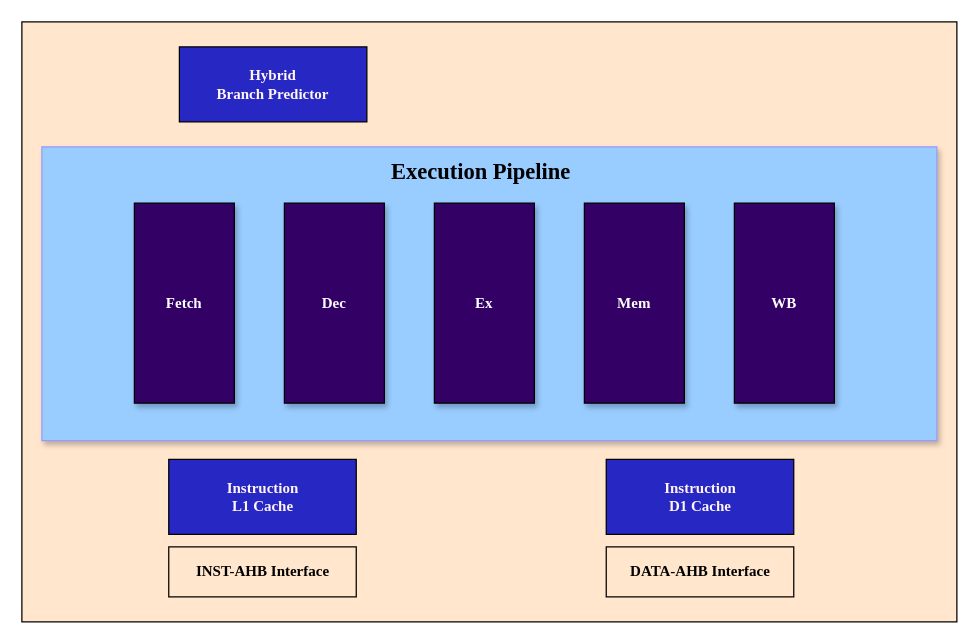
Before: page "Block Diagram" (1 of 3) of RISC-V/renas_cpu/doc/renas cpu.drawio in hungbk99/renas-mcu, a draw.io diagram. Source tidied: cells renumbered, new cells numbered last; positions are measured from the earlier drawing's top-left corner, leaving out a move shared by most shapes. Both pictures are drawn from the tidied source at 125%, with x=0, y=0 at pixel (21, 21).
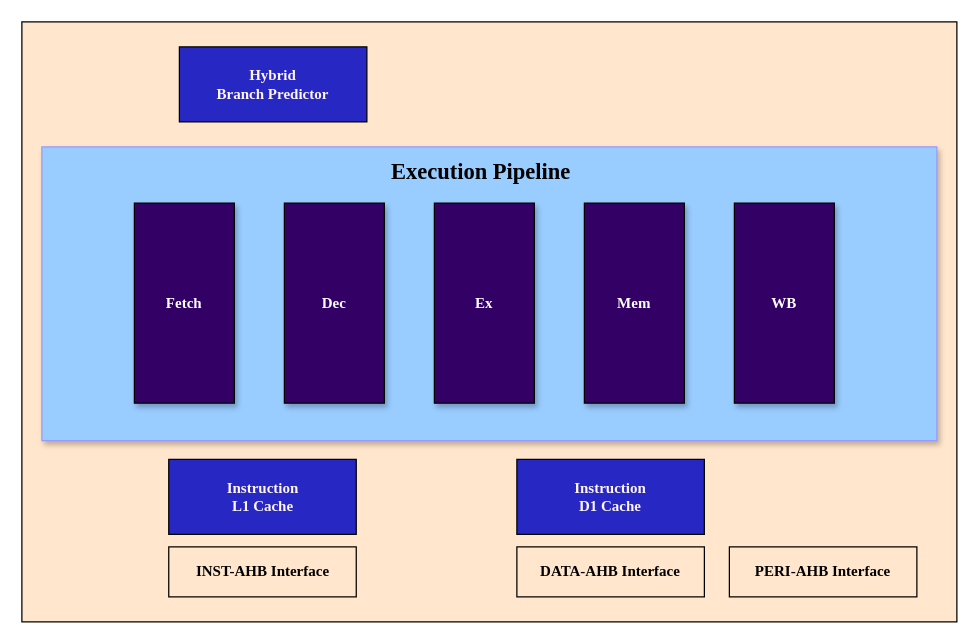
After the change.

The edit, as a diff of the source:
```diff
@@
 <mxGraphModel>
   <root>
     <mxCell id="0" />
     <mxCell id="1" parent="0" />
     <mxCell id="2" style="rounded=0;whiteSpace=wrap;html=1;fillColor=#FFE6CC;" parent="1" vertex="1">
       <mxGeometry width="748" height="480" as="geometry" />
     </mxCell>
     <mxCell id="3" style="rounded=0;whiteSpace=wrap;html=1;shadow=1;strokeColor=#9999FF;fillColor=#99CCFF;" parent="1" vertex="1">
       <mxGeometry x="16" y="100" width="716" height="235" as="geometry" />
     </mxCell>
     <mxCell id="4" value="&lt;font color=&quot;#ffffff&quot; face=&quot;Times New Roman&quot;&gt;&lt;b&gt;Fetch&lt;/b&gt;&lt;/font&gt;" style="rounded=0;whiteSpace=wrap;html=1;fillColor=#330066;shadow=1;" parent="1" vertex="1">
       <mxGeometry x="90" y="145" width="80" height="160" as="geometry" />
     </mxCell>
     <mxCell id="5" value="&lt;font color=&quot;#ffffff&quot; face=&quot;Times New Roman&quot;&gt;&lt;b&gt;Dec&lt;/b&gt;&lt;/font&gt;" style="rounded=0;whiteSpace=wrap;html=1;fillColor=#330066;shadow=1;" parent="1" vertex="1">
       <mxGeometry x="210" y="145" width="80" height="160" as="geometry" />
     </mxCell>
     <mxCell id="6" value="&lt;font color=&quot;#ffffff&quot; face=&quot;Times New Roman&quot;&gt;&lt;b&gt;Ex&lt;/b&gt;&lt;/font&gt;" style="rounded=0;whiteSpace=wrap;html=1;fillColor=#330066;shadow=1;" parent="1" vertex="1">
       <mxGeometry x="330" y="145" width="80" height="160" as="geometry" />
     </mxCell>
     <mxCell id="7" value="&lt;font color=&quot;#ffffff&quot; face=&quot;Times New Roman&quot;&gt;&lt;b&gt;Mem&lt;/b&gt;&lt;/font&gt;" style="rounded=0;whiteSpace=wrap;html=1;fillColor=#330066;shadow=1;" parent="1" vertex="1">
       <mxGeometry x="450" y="145" width="80" height="160" as="geometry" />
     </mxCell>
     <mxCell id="8" value="&lt;font color=&quot;#ffffff&quot; face=&quot;Times New Roman&quot;&gt;&lt;b&gt;WB&lt;/b&gt;&lt;/font&gt;" style="rounded=0;whiteSpace=wrap;html=1;fillColor=#330066;shadow=1;" parent="1" vertex="1">
       <mxGeometry x="570" y="145" width="80" height="160" as="geometry" />
     </mxCell>
     <mxCell id="9" value="&lt;font face=&quot;Times New Roman&quot; style=&quot;font-size: 18px&quot;&gt;&lt;b&gt;Execution Pipeline&lt;/b&gt;&lt;/font&gt;" style="text;html=1;strokeColor=none;fillColor=none;align=center;verticalAlign=middle;whiteSpace=wrap;rounded=0;" parent="1" vertex="1">
       <mxGeometry x="293" y="110" width="149" height="20" as="geometry" />
     </mxCell>
     <mxCell id="10" value="&lt;font face=&quot;Times New Roman&quot; color=&quot;#fff5f5&quot;&gt;&lt;b&gt;Instruction&lt;br&gt;L1 Cache&lt;/b&gt;&lt;/font&gt;" style="rounded=0;whiteSpace=wrap;html=1;fillColor=#2727C4;" parent="1" vertex="1">
       <mxGeometry x="117.5" y="350" width="150" height="60" as="geometry" />
     </mxCell>
     <mxCell id="11" value="&lt;font face=&quot;Times New Roman&quot; color=&quot;#fff5f5&quot;&gt;&lt;b&gt;Hybrid &lt;br&gt;Branch Predictor&lt;/b&gt;&lt;/font&gt;" style="rounded=0;whiteSpace=wrap;html=1;fillColor=#2727C4;" parent="1" vertex="1">
       <mxGeometry x="126" y="20" width="150" height="60" as="geometry" />
     </mxCell>
     <mxCell id="12" value="&lt;font face=&quot;Times New Roman&quot;&gt;&lt;b&gt;INST-AHB Interface&lt;/b&gt;&lt;/font&gt;" style="rounded=0;whiteSpace=wrap;html=1;fillColor=#FFE6CC;" parent="1" vertex="1">
       <mxGeometry x="117.5" y="420" width="150" height="40" as="geometry" />
     </mxCell>
     <mxCell id="13" value="&lt;font face=&quot;Times New Roman&quot;&gt;&lt;b&gt;DATA-AHB Interface&lt;/b&gt;&lt;/font&gt;" style="rounded=0;whiteSpace=wrap;html=1;fillColor=#FFE6CC;" parent="1" vertex="1">
-      <mxGeometry x="467.5" y="420" width="150" height="40" as="geometry" />
+      <mxGeometry x="396" y="420" width="150" height="40" as="geometry" />
     </mxCell>
     <mxCell id="14" value="&lt;font face=&quot;Times New Roman&quot; color=&quot;#fff5f5&quot;&gt;&lt;b&gt;Instruction&lt;br&gt;D1 Cache&lt;/b&gt;&lt;/font&gt;" style="rounded=0;whiteSpace=wrap;html=1;fillColor=#2727C4;" parent="1" vertex="1">
-      <mxGeometry x="467.5" y="350" width="150" height="60" as="geometry" />
+      <mxGeometry x="396" y="350" width="150" height="60" as="geometry" />
     </mxCell>
+    <mxCell id="15" value="&lt;font face=&quot;Times New Roman&quot;&gt;&lt;b&gt;PERI-AHB Interface&lt;/b&gt;&lt;/font&gt;" style="rounded=0;whiteSpace=wrap;html=1;fillColor=#FFE6CC;" parent="1" vertex="1">
+      <mxGeometry x="566" y="420" width="150" height="40" as="geometry" />
+    </mxCell>
   </root>
 </mxGraphModel>
```
